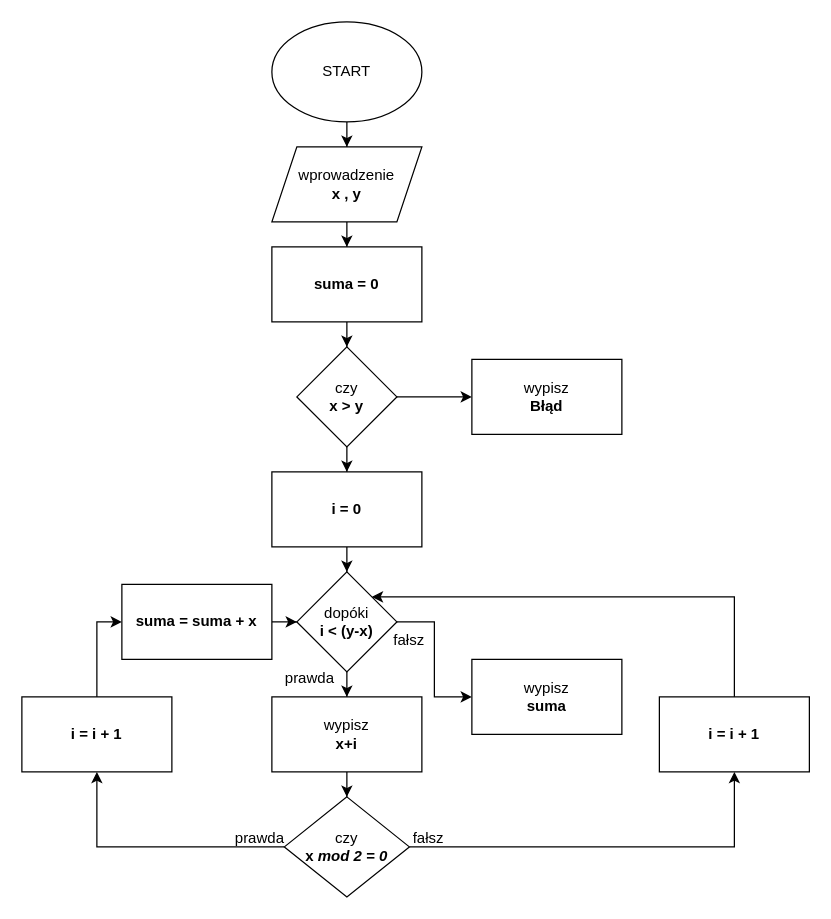
maciejwaloszczyk/drawio keeps this draw.io diagram as z2.drawio. Above is the earlier version. Source tidied: cells renumbered, new cells numbered last; positions are measured from the earlier drawing's top-left corner, leaving out a move shared by most shapes. Both pictures are drawn from the tidied source at 125%, with x=0, y=0 at pixel (21, 21).
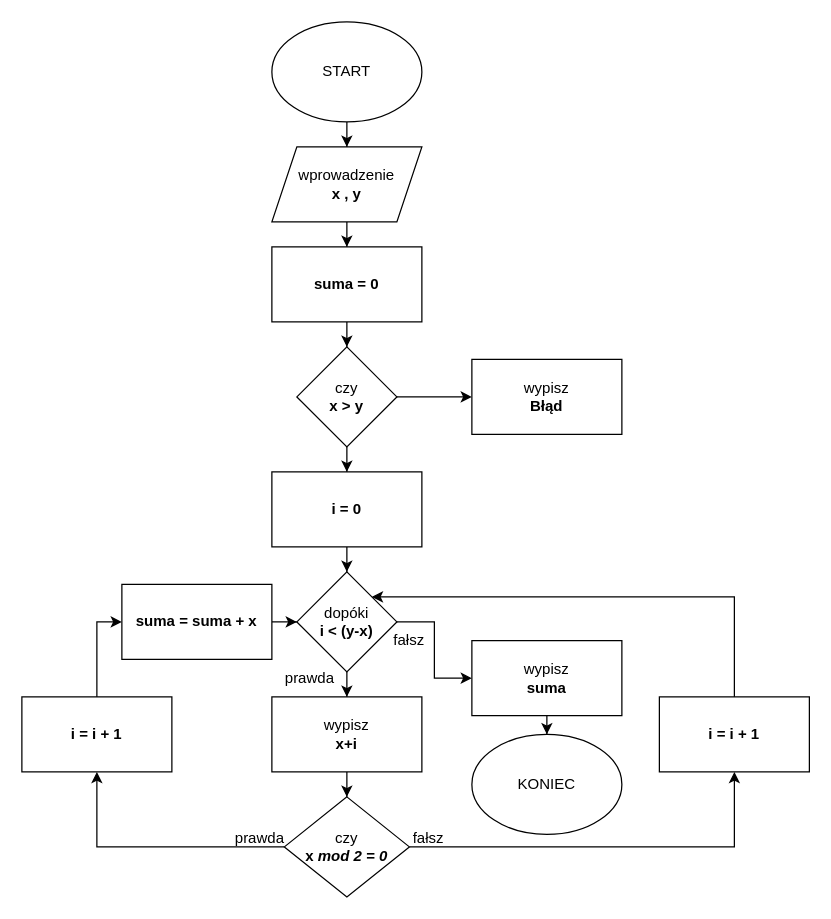
The same diagram, later.

The edit, as a diff of the source:
```diff
@@
+    <mxCell id="33" style="edgeStyle=orthogonalEdgeStyle;rounded=0;jettySize=auto;html=1;exitX=0.5;exitY=1;exitDx=0;exitDy=0;" parent="1" edge="1" source="31" target="34">
+      <mxGeometry relative="1" as="geometry" />
+    </mxCell>
     <mxCell id="31" value="wypisz&lt;div&gt;&lt;b&gt;suma&lt;/b&gt;&lt;/div&gt;" style="rounded=0;whiteSpace=wrap;html=1;" parent="1" vertex="1">
-      <mxGeometry x="360" y="510" width="120" height="60" as="geometry" />
+      <mxGeometry x="360" y="495" width="120" height="60" as="geometry" />
     </mxCell>
@@
+    <mxCell id="34" value="KONIEC" style="ellipse;whiteSpace=wrap;html=1;" parent="1" vertex="1">
+      <mxGeometry x="360" y="570" width="120" height="80" as="geometry" />
+    </mxCell>
```
